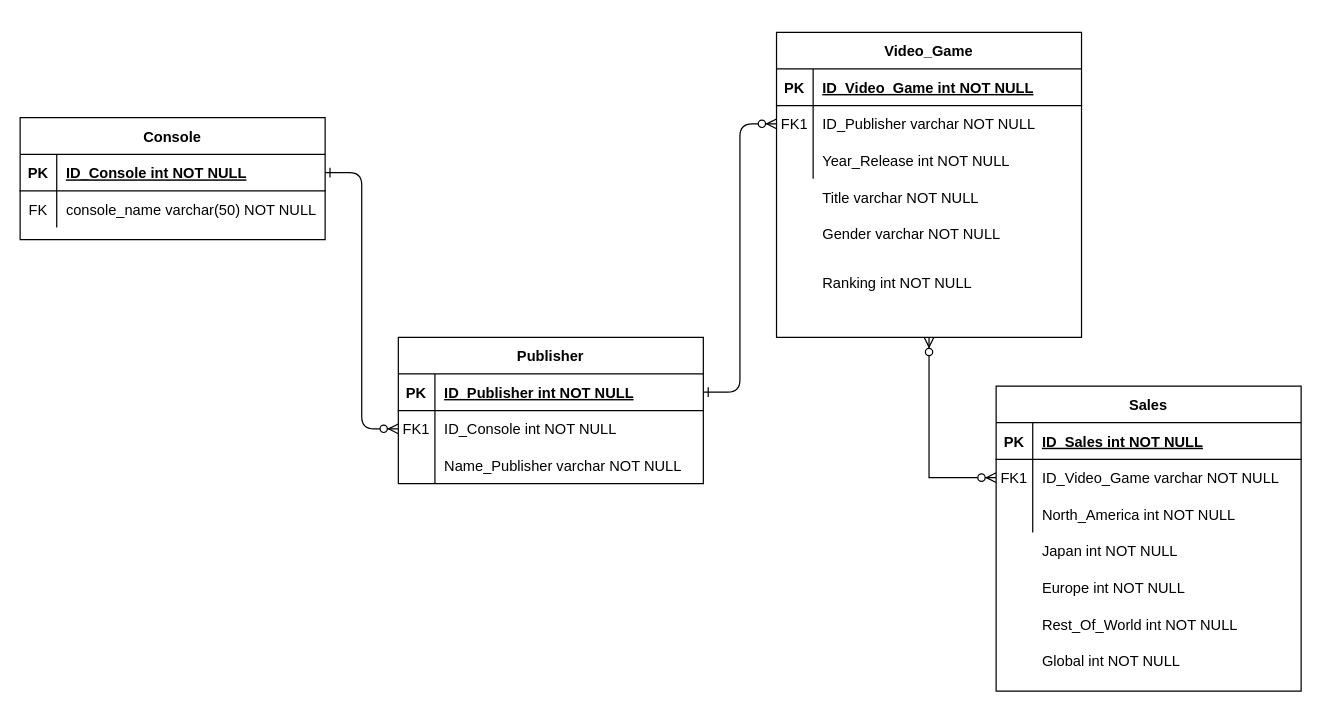
Before: Untitled Diagram.drawio in JohnValdes/dbJV, a draw.io diagram. Source tidied: cells renumbered, new cells numbered last; positions are measured from the earlier drawing's top-left corner, leaving out a move shared by most shapes. Both pictures are drawn from the tidied source at 122%, with x=0, y=0 at pixel (20, 32).
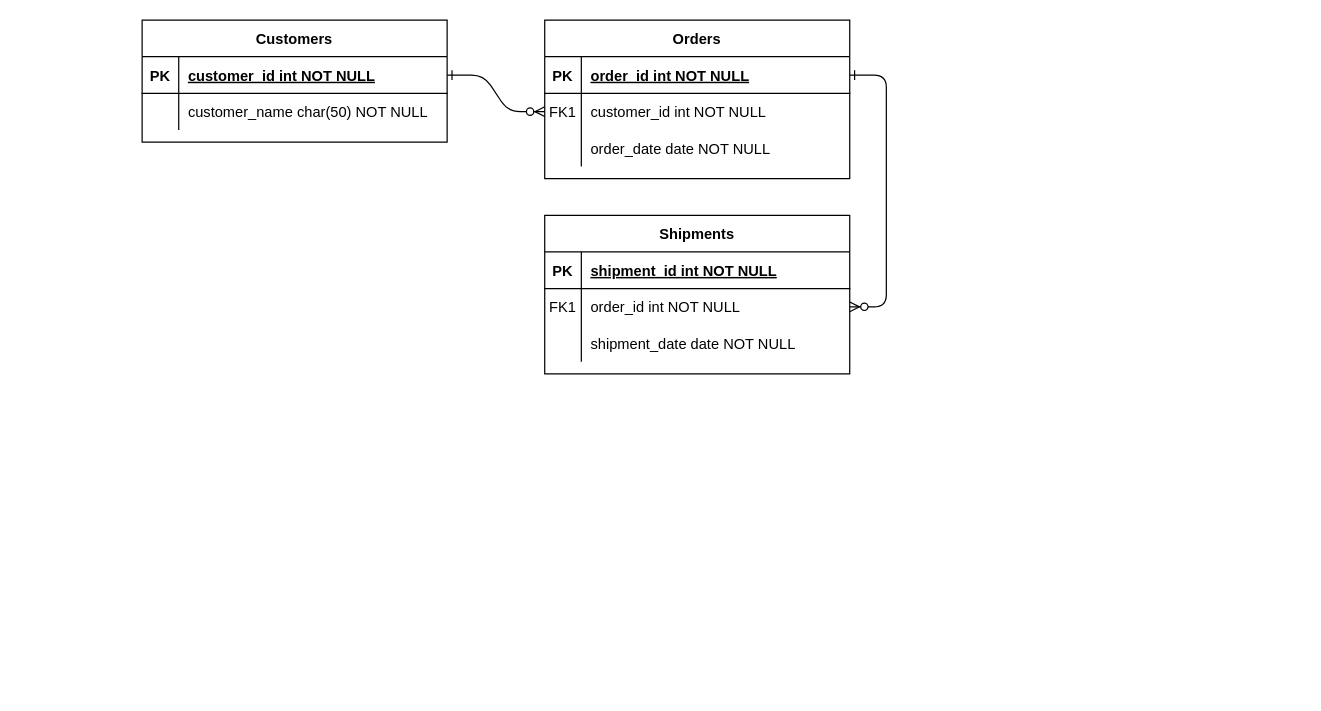
Above is the later version.

Commit message:
School Grades

Unchanged cells that the change refers to:
```xml
<mxCell id="5" style="shape=partialRectangle;fillColor=none;points=[[0,0.5],[1,0.5]];portConstraint=eastwest;top=0;left=0;right=0;bottom=1;" parent="4" vertex="1">
  <mxGeometry y="30" width="250" height="30" as="geometry" />
</mxCell>
<mxCell id="8" style="shape=partialRectangle;fillColor=none;points=[[0,0.5],[1,0.5]];portConstraint=eastwest;top=0;left=0;right=0;bottom=0;" parent="4" vertex="1">
  <mxGeometry y="60" width="250" height="30" as="geometry" />
</mxCell>
<mxCell id="11" style="shape=partialRectangle;fillColor=none;top=0;left=0;right=0;bottom=0;" parent="4" vertex="1">
  <mxGeometry y="90" width="250" height="30" as="geometry" />
</mxCell>
<mxCell id="16" style="shape=partialRectangle;fillColor=none;top=0;left=0;right=0;bottom=1;" parent="15" vertex="1">
  <mxGeometry y="30" width="250" height="30" as="geometry" />
</mxCell>
<mxCell id="19" style="shape=partialRectangle;fillColor=none;points=[[0,0.5],[1,0.5]];portConstraint=eastwest;top=0;left=0;right=0;bottom=0;" parent="15" vertex="1">
  <mxGeometry y="60" width="250" height="30" as="geometry" />
</mxCell>
<mxCell id="22" style="shape=partialRectangle;fillColor=none;top=0;left=0;right=0;bottom=0;" parent="15" vertex="1">
  <mxGeometry y="90" width="250" height="30" as="geometry" />
</mxCell>
<mxCell id="26" style="shape=partialRectangle;fillColor=none;points=[[0,0.5],[1,0.5]];portConstraint=eastwest;top=0;left=0;right=0;bottom=1;" parent="25" vertex="1">
  <mxGeometry y="30" width="250" height="30" as="geometry" />
</mxCell>
<mxCell id="29" style="shape=partialRectangle;fillColor=none;top=0;left=0;right=0;bottom=0;" parent="25" vertex="1">
  <mxGeometry y="60" width="250" height="30" as="geometry" />
</mxCell>
```

Change to the diagram source:
```diff
@@
-    <mxCell id="4" value="Publisher" style="shape=table;startSize=30;childLayout=tableLayout;rowLines=0;fontStyle=1;align=center;" parent="1" vertex="1">
-      <mxGeometry x="310" y="250" width="250" height="120" as="geometry" />
+    <mxCell id="4" value="Orders" style="shape=table;startSize=30;childLayout=tableLayout;rowLines=0;fontStyle=1;align=center;" parent="1" vertex="1">
+      <mxGeometry x="430" y="-10" width="250" height="130" as="geometry" />
     </mxCell>
@@
-    <mxCell id="7" value="ID_Publisher int NOT NULL " style="shape=partialRectangle;overflow=hidden;fillColor=none;top=0;left=0;bottom=0;right=0;align=left;spacingLeft=6;fontStyle=5;" parent="5" vertex="1">
+    <mxCell id="7" value="order_id int NOT NULL " style="shape=partialRectangle;overflow=hidden;fillColor=none;top=0;left=0;bottom=0;right=0;align=left;spacingLeft=6;fontStyle=5;" parent="5" vertex="1">
       <mxGeometry x="30" width="220" height="30" as="geometry" />
     </mxCell>
@@
-    <mxCell id="10" value="ID_Console int NOT NULL" style="shape=partialRectangle;overflow=hidden;fillColor=none;top=0;left=0;bottom=0;right=0;align=left;spacingLeft=6;" parent="8" vertex="1">
+    <mxCell id="10" value="customer_id int NOT NULL" style="shape=partialRectangle;overflow=hidden;fillColor=none;top=0;left=0;bottom=0;right=0;align=left;spacingLeft=6;" parent="8" vertex="1">
       <mxGeometry x="30" width="220" height="30" as="geometry" />
     </mxCell>
@@
-    <mxCell id="13" value="Name_Publisher varchar NOT NULL" style="shape=partialRectangle;overflow=hidden;fillColor=none;top=0;left=0;bottom=0;right=0;align=left;spacingLeft=6;" parent="11" vertex="1">
+    <mxCell id="13" value="order_date date NOT NULL" style="shape=partialRectangle;overflow=hidden;fillColor=none;top=0;left=0;bottom=0;right=0;align=left;spacingLeft=6;" parent="11" vertex="1">
       <mxGeometry x="30" width="220" height="30" as="geometry" />
     </mxCell>
-    <mxCell id="14" style="edgeStyle=orthogonalEdgeStyle;rounded=0;jettySize=auto;html=1;exitX=0.5;exitY=1;exitDx=0;exitDy=0;entryX=0;entryY=0.5;entryDx=0;entryDy=0;startArrow=ERzeroToMany;startFill=1;endArrow=ERzeroToMany;endFill=1;" parent="1" edge="1" source="15" target="36">
-      <mxGeometry relative="1" as="geometry" />
-    </mxCell>
-    <mxCell id="15" value="Video_Game" style="shape=table;startSize=30;childLayout=tableLayout;rowLines=0;fontStyle=1;align=center;" parent="1" vertex="1">
-      <mxGeometry x="620" width="250" height="250" as="geometry" />
+    <mxCell id="15" value="Shipments" style="shape=table;startSize=30;childLayout=tableLayout;rowLines=0;fontStyle=1;align=center;" parent="1" vertex="1">
+      <mxGeometry x="430" y="150" width="250" height="130" as="geometry" />
     </mxCell>
@@
-    <mxCell id="18" value="ID_Video_Game int NOT NULL " style="shape=partialRectangle;overflow=hidden;fillColor=none;top=0;left=0;bottom=0;right=0;align=left;spacingLeft=6;fontStyle=5;" parent="16" vertex="1">
+    <mxCell id="18" value="shipment_id int NOT NULL " style="shape=partialRectangle;overflow=hidden;fillColor=none;top=0;left=0;bottom=0;right=0;align=left;spacingLeft=6;fontStyle=5;" parent="16" vertex="1">
       <mxGeometry x="30" width="220" height="30" as="geometry" />
     </mxCell>
@@
-    <mxCell id="21" value="ID_Publisher varchar NOT NULL" style="shape=partialRectangle;overflow=hidden;fillColor=none;top=0;left=0;bottom=0;right=0;align=left;spacingLeft=6;" parent="19" vertex="1">
+    <mxCell id="21" value="order_id int NOT NULL" style="shape=partialRectangle;overflow=hidden;fillColor=none;top=0;left=0;bottom=0;right=0;align=left;spacingLeft=6;" parent="19" vertex="1">
       <mxGeometry x="30" width="220" height="30" as="geometry" />
     </mxCell>
@@
-    <mxCell id="24" value="Year_Release int NOT NULL" style="shape=partialRectangle;overflow=hidden;fillColor=none;top=0;left=0;bottom=0;right=0;align=left;spacingLeft=6;" parent="22" vertex="1">
+    <mxCell id="24" value="shipment_date date NOT NULL" style="shape=partialRectangle;overflow=hidden;fillColor=none;top=0;left=0;bottom=0;right=0;align=left;spacingLeft=6;" parent="22" vertex="1">
       <mxGeometry x="30" width="220" height="30" as="geometry" />
     </mxCell>
-    <mxCell id="25" value="Console" style="shape=table;startSize=30;childLayout=tableLayout;rowLines=0;fontStyle=1;align=center;" parent="1" vertex="1">
-      <mxGeometry y="70" width="250" height="100" as="geometry" />
+    <mxCell id="25" value="Customers" style="shape=table;startSize=30;childLayout=tableLayout;rowLines=0;fontStyle=1;align=center;" parent="1" vertex="1">
+      <mxGeometry x="100" y="-10" width="250" height="100" as="geometry" />
     </mxCell>
@@
-    <mxCell id="28" value="ID_Console int NOT NULL " style="shape=partialRectangle;overflow=hidden;fillColor=none;top=0;left=0;bottom=0;right=0;align=left;spacingLeft=6;fontStyle=5;" parent="26" vertex="1">
+    <mxCell id="28" value="customer_id int NOT NULL " style="shape=partialRectangle;overflow=hidden;fillColor=none;top=0;left=0;bottom=0;right=0;align=left;spacingLeft=6;fontStyle=5;" parent="26" vertex="1">
       <mxGeometry x="30" width="220" height="30" as="geometry" />
     </mxCell>
@@
-    <mxCell id="30" value="FK" style="shape=partialRectangle;overflow=hidden;fillColor=none;top=0;left=0;bottom=0;right=0;" parent="29" vertex="1">
+    <mxCell id="30" style="shape=partialRectangle;overflow=hidden;fillColor=none;top=0;left=0;bottom=0;right=0;" parent="29" vertex="1">
       <mxGeometry width="30" height="30" as="geometry" />
     </mxCell>
-    <mxCell id="31" value="console_name varchar(50) NOT NULL" style="shape=partialRectangle;overflow=hidden;fillColor=none;top=0;left=0;bottom=0;right=0;align=left;spacingLeft=6;" parent="29" vertex="1">
+    <mxCell id="31" value="customer_name char(50) NOT NULL" style="shape=partialRectangle;overflow=hidden;fillColor=none;top=0;left=0;bottom=0;right=0;align=left;spacingLeft=6;" parent="29" vertex="1">
       <mxGeometry x="30" width="220" height="30" as="geometry" />
     </mxCell>
-    <mxCell id="32" value="Sales" style="shape=table;startSize=30;childLayout=tableLayout;rowLines=0;fontStyle=1;align=center;" parent="1" vertex="1">
-      <mxGeometry x="800" y="290" width="250" height="250" as="geometry" />
-    </mxCell>
-    <mxCell id="33" style="shape=partialRectangle;fillColor=none;top=0;left=0;right=0;bottom=1;" parent="32" vertex="1">
-      <mxGeometry y="30" width="250" height="30" as="geometry" />
-    </mxCell>
-    <mxCell id="34" value="PK" style="shape=partialRectangle;overflow=hidden;fillColor=none;top=0;left=0;bottom=0;right=0;fontStyle=1;" parent="33" vertex="1">
-      <mxGeometry width="30" height="30" as="geometry" />
-    </mxCell>
-    <mxCell id="35" value="ID_Sales int NOT NULL " style="shape=partialRectangle;overflow=hidden;fillColor=none;top=0;left=0;bottom=0;right=0;align=left;spacingLeft=6;fontStyle=5;" parent="33" vertex="1">
-      <mxGeometry x="30" width="220" height="30" as="geometry" />
-    </mxCell>
-    <mxCell id="36" style="shape=partialRectangle;fillColor=none;points=[[0,0.5],[1,0.5]];portConstraint=eastwest;top=0;left=0;right=0;bottom=0;" parent="32" vertex="1">
-      <mxGeometry y="60" width="250" height="30" as="geometry" />
-    </mxCell>
-    <mxCell id="37" value="FK1" style="shape=partialRectangle;overflow=hidden;fillColor=none;top=0;left=0;bottom=0;right=0;" parent="36" vertex="1">
-      <mxGeometry width="30" height="30" as="geometry" />
-    </mxCell>
-    <mxCell id="38" value="ID_Video_Game varchar NOT NULL" style="shape=partialRectangle;overflow=hidden;fillColor=none;top=0;left=0;bottom=0;right=0;align=left;spacingLeft=6;" parent="36" vertex="1">
-      <mxGeometry x="30" width="220" height="30" as="geometry" />
-    </mxCell>
-    <mxCell id="39" style="shape=partialRectangle;fillColor=none;top=0;left=0;right=0;bottom=0;" parent="32" vertex="1">
-      <mxGeometry y="90" width="250" height="30" as="geometry" />
-    </mxCell>
-    <mxCell id="40" style="shape=partialRectangle;overflow=hidden;fillColor=none;top=0;left=0;bottom=0;right=0;" parent="39" vertex="1">
-      <mxGeometry width="30" height="30" as="geometry" />
-    </mxCell>
-    <mxCell id="41" value="North_America int NOT NULL" style="shape=partialRectangle;overflow=hidden;fillColor=none;top=0;left=0;bottom=0;right=0;align=left;spacingLeft=6;" parent="39" vertex="1">
-      <mxGeometry x="30" width="220" height="30" as="geometry" />
-    </mxCell>
-    <mxCell id="42" style="shape=partialRectangle;fillColor=none;top=0;left=0;right=0;bottom=0;" parent="1" vertex="1">
-      <mxGeometry x="620" y="120" width="250" height="30" as="geometry" />
-    </mxCell>
-    <mxCell id="43" style="shape=partialRectangle;overflow=hidden;fillColor=none;top=0;left=0;bottom=0;right=0;" parent="42" vertex="1">
-      <mxGeometry width="30" height="30" as="geometry" />
-    </mxCell>
-    <mxCell id="44" value="Title varchar NOT NULL" style="shape=partialRectangle;overflow=hidden;fillColor=none;top=0;left=0;bottom=0;right=0;align=left;spacingLeft=6;" parent="42" vertex="1">
-      <mxGeometry x="30" width="220" height="30" as="geometry" />
-    </mxCell>
-    <mxCell id="45" style="shape=partialRectangle;fillColor=none;top=0;left=0;right=0;bottom=0;" parent="1" vertex="1">
-      <mxGeometry x="620" y="150" width="250" height="30" as="geometry" />
-    </mxCell>
-    <mxCell id="46" style="shape=partialRectangle;overflow=hidden;fillColor=none;top=0;left=0;bottom=0;right=0;" parent="45" vertex="1">
-      <mxGeometry width="30" height="30" as="geometry" />
-    </mxCell>
-    <mxCell id="47" value="Gender varchar NOT NULL" style="shape=partialRectangle;overflow=hidden;fillColor=none;top=0;left=0;bottom=0;right=0;align=left;spacingLeft=6;" parent="45" vertex="1">
-      <mxGeometry x="30" width="220" height="30" as="geometry" />
-    </mxCell>
-    <mxCell id="48" style="shape=partialRectangle;fillColor=none;top=0;left=0;right=0;bottom=0;" parent="1" vertex="1">
-      <mxGeometry x="620" y="190" width="250" height="30" as="geometry" />
-    </mxCell>
-    <mxCell id="49" style="shape=partialRectangle;overflow=hidden;fillColor=none;top=0;left=0;bottom=0;right=0;" parent="48" vertex="1">
-      <mxGeometry width="30" height="30" as="geometry" />
-    </mxCell>
-    <mxCell id="50" value="Ranking int NOT NULL" style="shape=partialRectangle;overflow=hidden;fillColor=none;top=0;left=0;bottom=0;right=0;align=left;spacingLeft=6;" parent="48" vertex="1">
-      <mxGeometry x="30" width="220" height="30" as="geometry" />
-    </mxCell>
-    <mxCell id="51" style="shape=partialRectangle;fillColor=none;top=0;left=0;right=0;bottom=0;" parent="1" vertex="1">
-      <mxGeometry x="800" y="410" width="250" height="30" as="geometry" />
-    </mxCell>
-    <mxCell id="52" style="shape=partialRectangle;overflow=hidden;fillColor=none;top=0;left=0;bottom=0;right=0;" parent="51" vertex="1">
-      <mxGeometry width="30" height="30" as="geometry" />
-    </mxCell>
-    <mxCell id="53" value="Japan int NOT NULL" style="shape=partialRectangle;overflow=hidden;fillColor=none;top=0;left=0;bottom=0;right=0;align=left;spacingLeft=6;" parent="51" vertex="1">
-      <mxGeometry x="30" width="220" height="30" as="geometry" />
-    </mxCell>
-    <mxCell id="54" style="shape=partialRectangle;fillColor=none;top=0;left=0;right=0;bottom=0;" parent="1" vertex="1">
-      <mxGeometry x="800" y="440" width="250" height="30" as="geometry" />
-    </mxCell>
-    <mxCell id="55" style="shape=partialRectangle;overflow=hidden;fillColor=none;top=0;left=0;bottom=0;right=0;" parent="54" vertex="1">
-      <mxGeometry width="30" height="30" as="geometry" />
-    </mxCell>
-    <mxCell id="56" value="Europe int NOT NULL" style="shape=partialRectangle;overflow=hidden;fillColor=none;top=0;left=0;bottom=0;right=0;align=left;spacingLeft=6;" parent="54" vertex="1">
-      <mxGeometry x="30" width="220" height="30" as="geometry" />
-    </mxCell>
-    <mxCell id="57" style="shape=partialRectangle;fillColor=none;top=0;left=0;right=0;bottom=0;" parent="1" vertex="1">
-      <mxGeometry x="800" y="470" width="250" height="30" as="geometry" />
-    </mxCell>
-    <mxCell id="58" style="shape=partialRectangle;overflow=hidden;fillColor=none;top=0;left=0;bottom=0;right=0;" parent="57" vertex="1">
-      <mxGeometry width="30" height="30" as="geometry" />
-    </mxCell>
-    <mxCell id="59" value="Rest_Of_World int NOT NULL" style="shape=partialRectangle;overflow=hidden;fillColor=none;top=0;left=0;bottom=0;right=0;align=left;spacingLeft=6;" parent="57" vertex="1">
-      <mxGeometry x="30" width="220" height="30" as="geometry" />
-    </mxCell>
-    <mxCell id="60" style="shape=partialRectangle;fillColor=none;top=0;left=0;right=0;bottom=0;" parent="1" vertex="1">
-      <mxGeometry x="800" y="500" width="250" height="30" as="geometry" />
-    </mxCell>
-    <mxCell id="61" style="shape=partialRectangle;overflow=hidden;fillColor=none;top=0;left=0;bottom=0;right=0;" parent="60" vertex="1">
-      <mxGeometry width="30" height="30" as="geometry" />
-    </mxCell>
-    <mxCell id="62" value="Global int NOT NULL" style="shape=partialRectangle;overflow=hidden;fillColor=none;top=0;left=0;bottom=0;right=0;align=left;spacingLeft=6;" parent="60" vertex="1">
-      <mxGeometry x="30" width="220" height="30" as="geometry" />
-    </mxCell>
```
